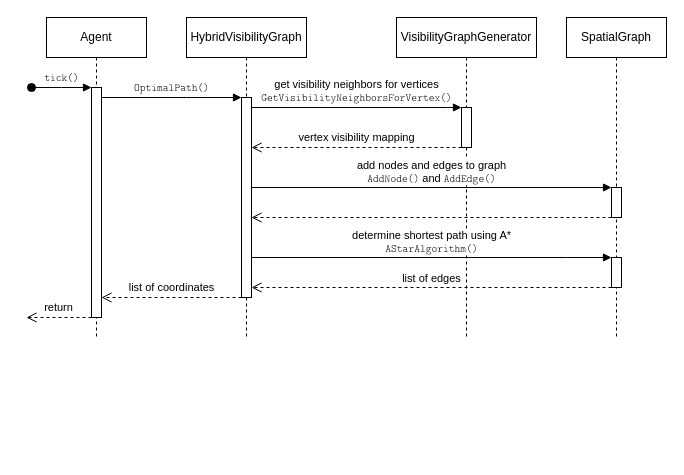
Earlier version of the draw.io diagram doc/components-sequence-routing.drawio (hauke96/master-thesis). Source tidied: cells renumbered, new cells numbered last; positions are measured from the earlier drawing's top-left corner, leaving out a move shared by most shapes. Both pictures are drawn from the tidied source at 100%, with x=0, y=0 at pixel (26, 17).
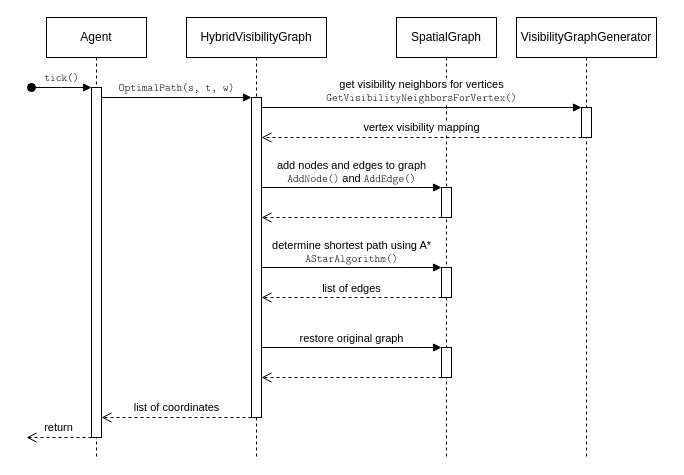
The same diagram, later.

Commit message (it also covers changes not shown here):
Add sequence diagrams to design chapter

The change refers to these unchanged cells:
```xml
<mxCell id="16" style="html=1;points=[];perimeter=orthogonalPerimeter;outlineConnect=0;targetShapes=umlLifeline;portConstraint=eastwest;newEdgeStyle={&quot;edgeStyle&quot;:&quot;elbowEdgeStyle&quot;,&quot;elbow&quot;:&quot;vertical&quot;,&quot;curved&quot;:0,&quot;rounded&quot;:0};" parent="14" vertex="1">
  <mxGeometry x="45" y="170" width="10" height="30" as="geometry" />
</mxCell>
```

The edit, as a diff of the source:
```diff
@@
     <mxCell id="2" value="Agent" style="shape=umlLifeline;perimeter=lifelinePerimeter;whiteSpace=wrap;html=1;newEdgeStyle={&quot;edgeStyle&quot;:&quot;elbowEdgeStyle&quot;,&quot;elbow&quot;:&quot;vertical&quot;,&quot;curved&quot;:0,&quot;rounded&quot;:0};fontFamily=Linux Libertine;" parent="1" vertex="1">
-      <mxGeometry x="20" width="100" height="320" as="geometry" />
+      <mxGeometry x="20" width="100" height="440" as="geometry" />
     </mxCell>
     <mxCell id="3" style="html=1;points=[];perimeter=orthogonalPerimeter;outlineConnect=0;targetShapes=umlLifeline;portConstraint=eastwest;newEdgeStyle={&quot;edgeStyle&quot;:&quot;elbowEdgeStyle&quot;,&quot;elbow&quot;:&quot;vertical&quot;,&quot;curved&quot;:0,&quot;rounded&quot;:0};fontFamily=Linux Libertine;" parent="2" vertex="1">
-      <mxGeometry x="45" y="70" width="10" height="230" as="geometry" />
+      <mxGeometry x="45" y="70" width="10" height="350" as="geometry" />
     </mxCell>
@@
     <mxCell id="5" value="HybridVisibilityGraph" style="shape=umlLifeline;perimeter=lifelinePerimeter;whiteSpace=wrap;html=1;newEdgeStyle={&quot;edgeStyle&quot;:&quot;elbowEdgeStyle&quot;,&quot;elbow&quot;:&quot;vertical&quot;,&quot;curved&quot;:0,&quot;rounded&quot;:0};fontFamily=Linux Libertine;" parent="1" vertex="1">
-      <mxGeometry x="160" width="120" height="320" as="geometry" />
+      <mxGeometry x="160" width="140" height="440" as="geometry" />
     </mxCell>
     <mxCell id="6" style="html=1;points=[];perimeter=orthogonalPerimeter;outlineConnect=0;targetShapes=umlLifeline;portConstraint=eastwest;newEdgeStyle={&quot;edgeStyle&quot;:&quot;elbowEdgeStyle&quot;,&quot;elbow&quot;:&quot;vertical&quot;,&quot;curved&quot;:0,&quot;rounded&quot;:0};fontFamily=Linux Libertine;" parent="5" vertex="1">
-      <mxGeometry x="55" y="80" width="10" height="200" as="geometry" />
+      <mxGeometry x="65" y="80" width="10" height="320" as="geometry" />
     </mxCell>
-    <mxCell id="7" value="&lt;div&gt;OptimalPath()&lt;/div&gt;" style="html=1;verticalAlign=bottom;endArrow=block;edgeStyle=elbowEdgeStyle;elbow=vertical;curved=0;rounded=0;fontFamily=Latin Modern Mono Light;spacing=3;" parent="1" edge="1" source="3" target="6">
+    <mxCell id="7" value="&lt;div&gt;OptimalPath(s, t, w)&lt;/div&gt;" style="html=1;verticalAlign=bottom;endArrow=block;edgeStyle=elbowEdgeStyle;elbow=horizontal;curved=0;rounded=0;fontFamily=Latin Modern Mono Light;spacing=3;" parent="1" edge="1" source="3" target="6">
       <mxGeometry relative="1" as="geometry">
         <Array as="points">
           <mxPoint x="160" y="80" />
         </Array>
       </mxGeometry>
     </mxCell>
     <mxCell id="8" value="list of coordinates" style="html=1;verticalAlign=bottom;endArrow=open;dashed=1;endSize=8;edgeStyle=elbowEdgeStyle;elbow=vertical;curved=0;rounded=0;fontFamily=Linux Libertine;spacing=3;" parent="1" edge="1" source="6" target="3">
       <mxGeometry relative="1" as="geometry">
         <Array as="points">
+          <mxPoint x="180" y="400" />
+          <mxPoint x="200" y="290" />
           <mxPoint x="110" y="280" />
           <mxPoint x="150" y="260" />
           <mxPoint x="180" y="190" />
           <mxPoint x="100" y="230" />
           <mxPoint x="190" y="190" />
           <mxPoint x="220" y="200" />
           <mxPoint x="170" y="240" />
         </Array>
       </mxGeometry>
     </mxCell>
     <mxCell id="9" value="&lt;div&gt;VisibilityGraphGenerator&lt;/div&gt;" style="shape=umlLifeline;perimeter=lifelinePerimeter;whiteSpace=wrap;html=1;newEdgeStyle={&quot;edgeStyle&quot;:&quot;elbowEdgeStyle&quot;,&quot;elbow&quot;:&quot;vertical&quot;,&quot;curved&quot;:0,&quot;rounded&quot;:0};fontFamily=Linux Libertine;" parent="1" vertex="1">
-      <mxGeometry x="370" width="140" height="320" as="geometry" />
+      <mxGeometry x="490" width="140" height="440" as="geometry" />
     </mxCell>
     <mxCell id="10" style="html=1;points=[];perimeter=orthogonalPerimeter;outlineConnect=0;targetShapes=umlLifeline;portConstraint=eastwest;newEdgeStyle={&quot;edgeStyle&quot;:&quot;elbowEdgeStyle&quot;,&quot;elbow&quot;:&quot;vertical&quot;,&quot;curved&quot;:0,&quot;rounded&quot;:0};fontFamily=Linux Libertine;" parent="9" vertex="1">
-      <mxGeometry x="65" y="90" width="10" height="40" as="geometry" />
+      <mxGeometry x="65" y="90" width="10" height="30" as="geometry" />
     </mxCell>
-    <mxCell id="11" value="&lt;div&gt;get visibility neighbors for vertices&lt;/div&gt;&lt;div&gt;&lt;font face=&quot;Latin Modern Mono Light&quot;&gt;GetVisibilityNeighborsForVertex()&lt;/font&gt;&lt;br&gt;&lt;/div&gt;" style="html=1;verticalAlign=bottom;endArrow=block;edgeStyle=elbowEdgeStyle;elbow=vertical;curved=0;rounded=0;fontFamily=Linux Libertine;spacing=3;" parent="1" edge="1" source="6" target="10">
-      <mxGeometry relative="1" as="geometry">
-        <Array as="points">
-          <mxPoint x="420" y="90" />
-          <mxPoint x="410" y="100" />
-          <mxPoint x="280" y="100" />
-          <mxPoint x="350" y="110" />
-          <mxPoint x="430" y="90" />
-          <mxPoint x="400" y="120" />
-          <mxPoint x="310" y="210" />
-        </Array>
-      </mxGeometry>
-    </mxCell>
-    <mxCell id="12" value="vertex visibility mapping" style="html=1;verticalAlign=bottom;endArrow=open;dashed=1;endSize=8;edgeStyle=elbowEdgeStyle;elbow=vertical;curved=0;rounded=0;fontFamily=Linux Libertine;spacing=3;" parent="1" edge="1" source="10" target="6">
-      <mxGeometry relative="1" as="geometry">
-        <Array as="points">
-          <mxPoint x="420" y="130" />
-          <mxPoint x="410" y="170" />
-          <mxPoint x="400" y="140" />
-          <mxPoint x="400" y="160" />
-          <mxPoint x="400" y="180" />
-          <mxPoint x="410" y="220" />
-          <mxPoint x="420" y="180" />
-        </Array>
-      </mxGeometry>
-    </mxCell>
-    <mxCell id="13" value="return" style="html=1;verticalAlign=bottom;endArrow=open;dashed=1;endSize=8;edgeStyle=elbowEdgeStyle;elbow=vertical;curved=0;rounded=0;fontFamily=Linux Libertine;spacing=3;" parent="1" edge="1" source="3">
+    <mxCell id="13" value="return" style="html=1;verticalAlign=bottom;endArrow=open;dashed=1;endSize=8;edgeStyle=elbowEdgeStyle;elbow=vertical;curved=0;rounded=0;fontFamily=Linux Libertine;spacing=3;" parent="1" edge="1">
       <mxGeometry relative="1" as="geometry">
-        <mxPoint y="300" as="targetPoint" />
+        <mxPoint x="65" y="420" as="sourcePoint" />
+        <mxPoint y="420" as="targetPoint" />
         <Array as="points">
-          <mxPoint x="50" y="300" />
-          <mxPoint x="40" y="280" />
-          <mxPoint x="60" y="220" />
-          <mxPoint x="50" y="240" />
-          <mxPoint x="30" y="220" />
-          <mxPoint x="105" y="280" />
-          <mxPoint x="135" y="290" />
-          <mxPoint x="85" y="330" />
+          <mxPoint x="50" y="420" />
+          <mxPoint x="40" y="390" />
+          <mxPoint x="60" y="330" />
+          <mxPoint x="50" y="350" />
+          <mxPoint x="30" y="330" />
+          <mxPoint x="105" y="390" />
+          <mxPoint x="135" y="400" />
+          <mxPoint x="85" y="440" />
         </Array>
       </mxGeometry>
     </mxCell>
     <mxCell id="14" value="SpatialGraph" style="shape=umlLifeline;perimeter=lifelinePerimeter;whiteSpace=wrap;html=1;newEdgeStyle={&quot;edgeStyle&quot;:&quot;elbowEdgeStyle&quot;,&quot;elbow&quot;:&quot;vertical&quot;,&quot;curved&quot;:0,&quot;rounded&quot;:0};fontFamily=Linux Libertine;" parent="1" vertex="1">
-      <mxGeometry x="540" width="100" height="320" as="geometry" />
+      <mxGeometry x="370" width="100" height="440" as="geometry" />
     </mxCell>
     <mxCell id="15" style="html=1;points=[];perimeter=orthogonalPerimeter;outlineConnect=0;targetShapes=umlLifeline;portConstraint=eastwest;newEdgeStyle={&quot;edgeStyle&quot;:&quot;elbowEdgeStyle&quot;,&quot;elbow&quot;:&quot;vertical&quot;,&quot;curved&quot;:0,&quot;rounded&quot;:0};" parent="14" vertex="1">
-      <mxGeometry x="45" y="240" width="10" height="30" as="geometry" />
+      <mxGeometry x="45" y="250" width="10" height="30" as="geometry" />
     </mxCell>
@@
+    <mxCell id="21" style="html=1;points=[];perimeter=orthogonalPerimeter;outlineConnect=0;targetShapes=umlLifeline;portConstraint=eastwest;newEdgeStyle={&quot;edgeStyle&quot;:&quot;elbowEdgeStyle&quot;,&quot;elbow&quot;:&quot;vertical&quot;,&quot;curved&quot;:0,&quot;rounded&quot;:0};" parent="14" vertex="1">
+      <mxGeometry x="45" y="330" width="10" height="30" as="geometry" />
+    </mxCell>
     <mxCell id="17" value="list of edges" style="html=1;verticalAlign=bottom;endArrow=open;dashed=1;endSize=8;edgeStyle=elbowEdgeStyle;elbow=vertical;curved=0;rounded=0;fontFamily=Linux Libertine;" parent="1" edge="1" source="15" target="6">
       <mxGeometry relative="1" as="geometry">
         <Array as="points">
+          <mxPoint x="370" y="280" />
+          <mxPoint x="340" y="270" />
           <mxPoint x="550" y="270" />
           <mxPoint x="500" y="240" />
           <mxPoint x="550" y="220" />
           <mxPoint x="360" y="190" />
         </Array>
       </mxGeometry>
     </mxCell>
     <mxCell id="18" value="&lt;div&gt;determine shortest path using A*&lt;/div&gt;&lt;div&gt;&lt;font face=&quot;Latin Modern Mono Light&quot;&gt;AStarAlgorithm()&lt;/font&gt;&lt;br&gt;&lt;/div&gt;" style="html=1;verticalAlign=bottom;endArrow=block;edgeStyle=elbowEdgeStyle;elbow=vertical;curved=0;rounded=0;fontFamily=Linux Libertine;" parent="1" edge="1" source="6" target="15">
       <mxGeometry relative="1" as="geometry">
         <Array as="points">
+          <mxPoint x="380" y="250" />
+          <mxPoint x="350" y="240" />
           <mxPoint x="540" y="240" />
           <mxPoint x="570" y="220" />
           <mxPoint x="520" y="210" />
           <mxPoint x="520" y="200" />
           <mxPoint x="510" y="180" />
           <mxPoint x="440" y="190" />
         </Array>
       </mxGeometry>
     </mxCell>
     <mxCell id="19" value="&lt;div&gt;add nodes and edges to graph&lt;/div&gt;&lt;div&gt;&lt;font face=&quot;Latin Modern Mono Light&quot;&gt;AddNode()&lt;/font&gt; and &lt;font face=&quot;Latin Modern Mono Light&quot;&gt;AddEdge()&lt;/font&gt;&lt;br&gt;&lt;/div&gt;" style="html=1;verticalAlign=bottom;endArrow=block;edgeStyle=elbowEdgeStyle;elbow=vertical;curved=0;rounded=0;fontFamily=Linux Libertine;" parent="1" edge="1" source="6" target="16">
       <mxGeometry relative="1" as="geometry">
         <Array as="points">
-          <mxPoint x="580" y="170" />
+          <mxPoint x="390" y="170" />
           <mxPoint x="520" y="160" />
         </Array>
       </mxGeometry>
     </mxCell>
     <mxCell id="20" style="html=1;verticalAlign=bottom;endArrow=open;dashed=1;endSize=8;edgeStyle=elbowEdgeStyle;elbow=vertical;curved=0;rounded=0;fontFamily=Linux Libertine;" parent="1" edge="1" source="16" target="6">
       <mxGeometry relative="1" as="geometry">
         <Array as="points">
+          <mxPoint x="380" y="200" />
           <mxPoint x="570" y="200" />
           <mxPoint x="510" y="190" />
           <mxPoint x="480" y="180" />
           <mxPoint x="450" y="190" />
         </Array>
       </mxGeometry>
     </mxCell>
+    <mxCell id="22" value="restore original graph" style="html=1;verticalAlign=bottom;endArrow=block;edgeStyle=elbowEdgeStyle;elbow=vertical;curved=0;rounded=0;fontFamily=Linux Libertine;" parent="1" edge="1" source="6" target="21">
+      <mxGeometry relative="1" as="geometry">
+        <Array as="points">
+          <mxPoint x="390" y="330" />
+          <mxPoint x="380" y="320" />
+        </Array>
+      </mxGeometry>
+    </mxCell>
+    <mxCell id="23" style="html=1;verticalAlign=bottom;endArrow=open;dashed=1;endSize=8;edgeStyle=elbowEdgeStyle;elbow=vertical;curved=0;rounded=0;" parent="1" edge="1" source="21" target="6">
+      <mxGeometry relative="1" as="geometry">
+        <Array as="points">
+          <mxPoint x="370" y="360" />
+        </Array>
+      </mxGeometry>
+    </mxCell>
+    <mxCell id="12" value="vertex visibility mapping" style="html=1;verticalAlign=bottom;endArrow=open;dashed=1;endSize=8;edgeStyle=elbowEdgeStyle;elbow=vertical;curved=0;rounded=0;fontFamily=Linux Libertine;spacing=3;" parent="1" edge="1" source="10" target="6">
+      <mxGeometry relative="1" as="geometry">
+        <Array as="points">
+          <mxPoint x="520" y="120" />
+          <mxPoint x="420" y="130" />
+          <mxPoint x="410" y="170" />
+          <mxPoint x="400" y="140" />
+          <mxPoint x="400" y="160" />
+          <mxPoint x="400" y="180" />
+          <mxPoint x="410" y="220" />
+          <mxPoint x="420" y="180" />
+        </Array>
+      </mxGeometry>
+    </mxCell>
+    <mxCell id="11" value="&lt;div&gt;get visibility neighbors for vertices&lt;/div&gt;&lt;div&gt;&lt;font face=&quot;Latin Modern Mono Light&quot;&gt;GetVisibilityNeighborsForVertex()&lt;/font&gt;&lt;br&gt;&lt;/div&gt;" style="html=1;verticalAlign=bottom;endArrow=block;edgeStyle=elbowEdgeStyle;elbow=vertical;curved=0;rounded=0;fontFamily=Linux Libertine;spacing=3;labelBorderColor=none;labelBackgroundColor=#FFFFFF;" parent="1" edge="1" source="6" target="10">
+      <mxGeometry relative="1" as="geometry">
+        <Array as="points">
+          <mxPoint x="420" y="90" />
+          <mxPoint x="410" y="100" />
+          <mxPoint x="280" y="100" />
+          <mxPoint x="350" y="110" />
+          <mxPoint x="430" y="90" />
+          <mxPoint x="400" y="120" />
+          <mxPoint x="310" y="210" />
+        </Array>
+      </mxGeometry>
+    </mxCell>
```
